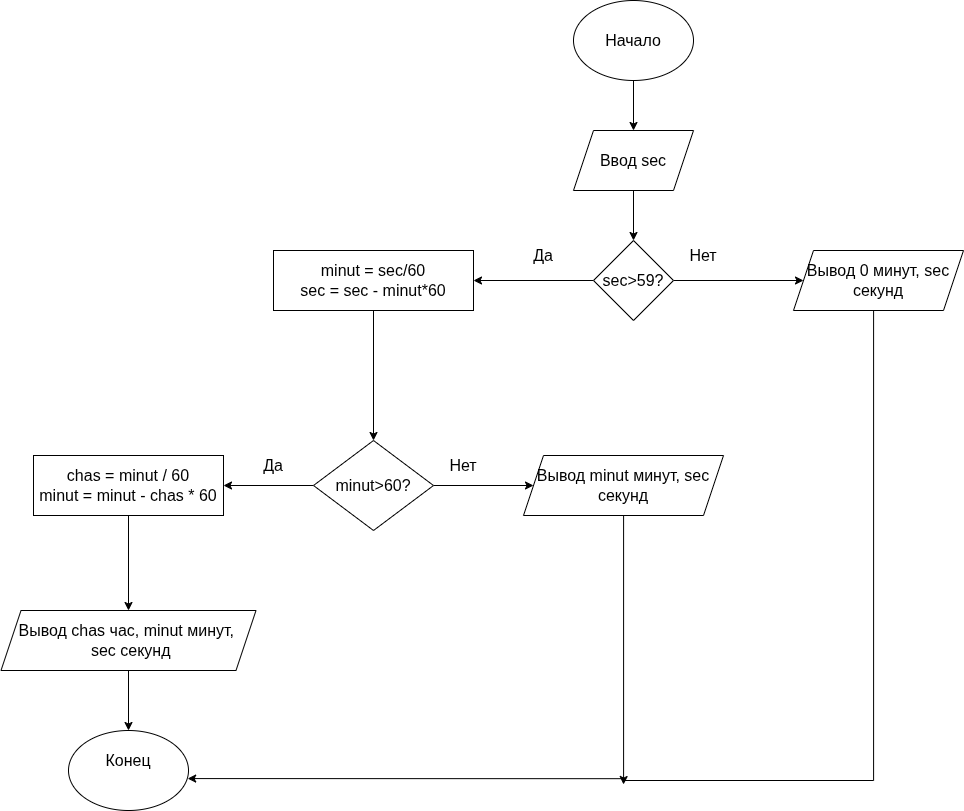
The draw.io diagram ffff.drawio.png in Temmi556/Homework_6, before a commit. Source tidied: cells renumbered, new cells last; positions are measured from the earlier drawing's top-left corner, leaving out a move shared by most shapes.
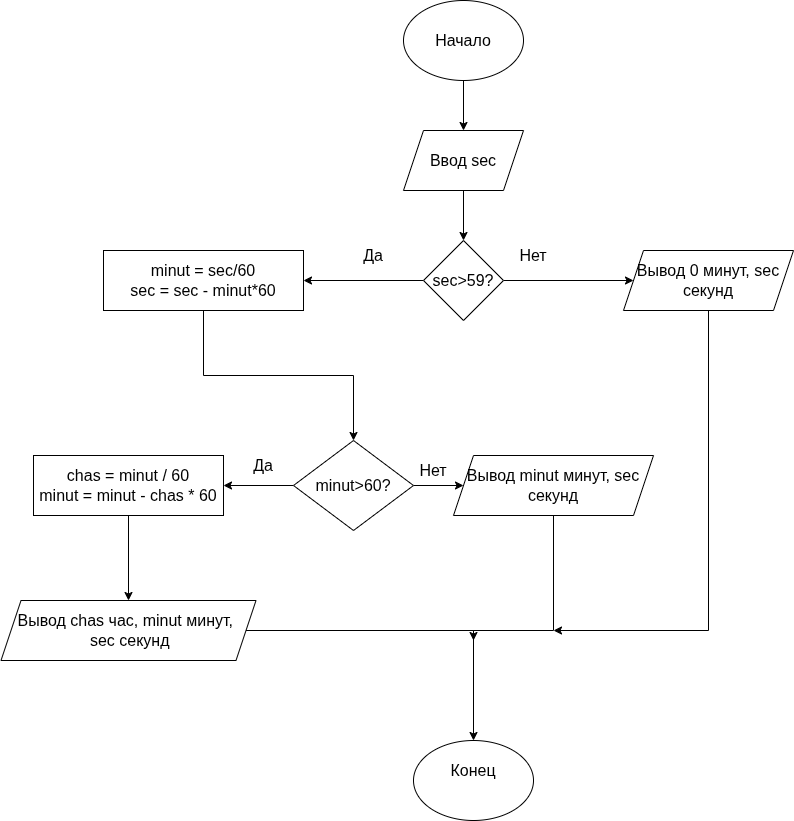
Later version of the same file.

The edit, as a diff of the source:
```diff
@@ -23,15 +23,14 @@
     <mxCell id="8" value="sec&amp;gt;59?" style="rhombus;whiteSpace=wrap;html=1;" parent="1" vertex="1">
       <mxGeometry x="592" y="240" width="80" height="80" as="geometry" />
     </mxCell>
-    <mxCell id="9" style="edgeStyle=orthogonalEdgeStyle;rounded=0;jettySize=auto;html=1;" parent="1" edge="1" source="10">
-      <mxGeometry relative="1" as="geometry">
-        <mxPoint x="622" y="784" as="targetPoint" />
-        <Array as="points">
-          <mxPoint x="872" y="780" />
-          <mxPoint x="622" y="780" />
-        </Array>
-      </mxGeometry>
-    </mxCell>
+    <mxCell id="28" style="edgeStyle=orthogonalEdgeStyle;rounded=0;jettySize=auto;html=1;" parent="1" edge="1" source="10">
+      <mxGeometry relative="1" as="geometry">
+        <mxPoint x="722" y="630" as="targetPoint" />
+        <Array as="points">
+          <mxPoint x="877" y="630" />
+        </Array>
+      </mxGeometry>
+    </mxCell>
     <mxCell id="10" value="Вывод 0 минут, sec секунд" style="shape=parallelogram;perimeter=parallelogramPerimeter;whiteSpace=wrap;html=1;fixedSize=1;" parent="1" vertex="1">
       <mxGeometry x="792" y="250" width="170" height="60" as="geometry" />
     </mxCell>
@@ -57,38 +56,40 @@
       <mxGeometry relative="1" as="geometry" />
     </mxCell>
     <mxCell id="18" value="minut&amp;gt;60?" style="rhombus;whiteSpace=wrap;html=1;" parent="1" vertex="1">
-      <mxGeometry x="312" y="440" width="120" height="90" as="geometry" />
+      <mxGeometry x="462" y="440" width="120" height="90" as="geometry" />
     </mxCell>
+    <mxCell id="29" style="edgeStyle=orthogonalEdgeStyle;rounded=0;jettySize=auto;html=1;" parent="1" edge="1" source="19">
+      <mxGeometry relative="1" as="geometry">
+        <mxPoint x="642" y="640" as="targetPoint" />
+        <Array as="points">
+          <mxPoint x="722" y="630" />
+          <mxPoint x="642" y="630" />
+        </Array>
+      </mxGeometry>
+    </mxCell>
     <mxCell id="19" value="Вывод minut минут, sec секунд" style="shape=parallelogram;perimeter=parallelogramPerimeter;whiteSpace=wrap;html=1;fixedSize=1;" parent="1" vertex="1">
-      <mxGeometry x="522" y="455" width="200" height="60" as="geometry" />
+      <mxGeometry x="622" y="455" width="200" height="60" as="geometry" />
     </mxCell>
     <mxCell id="20" value="Нет" style="text;html=1;whiteSpace=wrap;strokeColor=none;fillColor=none;align=center;verticalAlign=middle;rounded=0;" parent="1" vertex="1">
-      <mxGeometry x="432" y="450" width="60" height="30" as="geometry" />
+      <mxGeometry x="572" y="455" width="60" height="30" as="geometry" />
     </mxCell>
     <mxCell id="21" style="edgeStyle=orthogonalEdgeStyle;rounded=0;jettySize=auto;html=1;entryX=0.5;entryY=0;entryDx=0;entryDy=0;" parent="1" edge="1" source="22" target="25">
       <mxGeometry relative="1" as="geometry" />
     </mxCell>
     <mxCell id="22" value="chas = minut / 60&lt;div&gt;minut = minut - chas * 60&lt;/div&gt;" style="rounded=0;whiteSpace=wrap;html=1;" parent="1" vertex="1">
-      <mxGeometry x="32" y="455" width="190" height="60" as="geometry" />
+      <mxGeometry x="202" y="455" width="190" height="60" as="geometry" />
     </mxCell>
     <mxCell id="23" value="Да" style="text;html=1;whiteSpace=wrap;strokeColor=none;fillColor=none;align=center;verticalAlign=middle;rounded=0;" parent="1" vertex="1">
-      <mxGeometry x="242" y="450" width="60" height="30" as="geometry" />
+      <mxGeometry x="402" y="450" width="60" height="30" as="geometry" />
     </mxCell>
     <mxCell id="24" style="edgeStyle=orthogonalEdgeStyle;rounded=0;jettySize=auto;html=1;entryX=0.5;entryY=0;entryDx=0;entryDy=0;" parent="1" edge="1" source="25" target="26">
       <mxGeometry relative="1" as="geometry" />
     </mxCell>
     <mxCell id="25" value="Вывод chas час, minut минут,&amp;nbsp; &amp;nbsp;sec секунд" style="shape=parallelogram;perimeter=parallelogramPerimeter;whiteSpace=wrap;html=1;fixedSize=1;" parent="1" vertex="1">
-      <mxGeometry x="-0.5" y="610" width="255" height="60" as="geometry" />
+      <mxGeometry x="169.5" y="600" width="255" height="60" as="geometry" />
     </mxCell>
     <mxCell id="26" value="Конец&lt;div&gt;&lt;br&gt;&lt;/div&gt;" style="ellipse;whiteSpace=wrap;html=1;" parent="1" vertex="1">
-      <mxGeometry x="67" y="730" width="120" height="80" as="geometry" />
+      <mxGeometry x="582" y="740" width="120" height="80" as="geometry" />
     </mxCell>
-    <mxCell id="27" style="edgeStyle=orthogonalEdgeStyle;rounded=0;jettySize=auto;html=1;entryX=0.993;entryY=0.601;entryDx=0;entryDy=0;entryPerimeter=0;" parent="1" edge="1" source="19" target="26">
-      <mxGeometry relative="1" as="geometry">
-        <Array as="points">
-          <mxPoint x="622" y="778" />
-        </Array>
-      </mxGeometry>
-    </mxCell>
   </root>
 </mxGraphModel>
```
